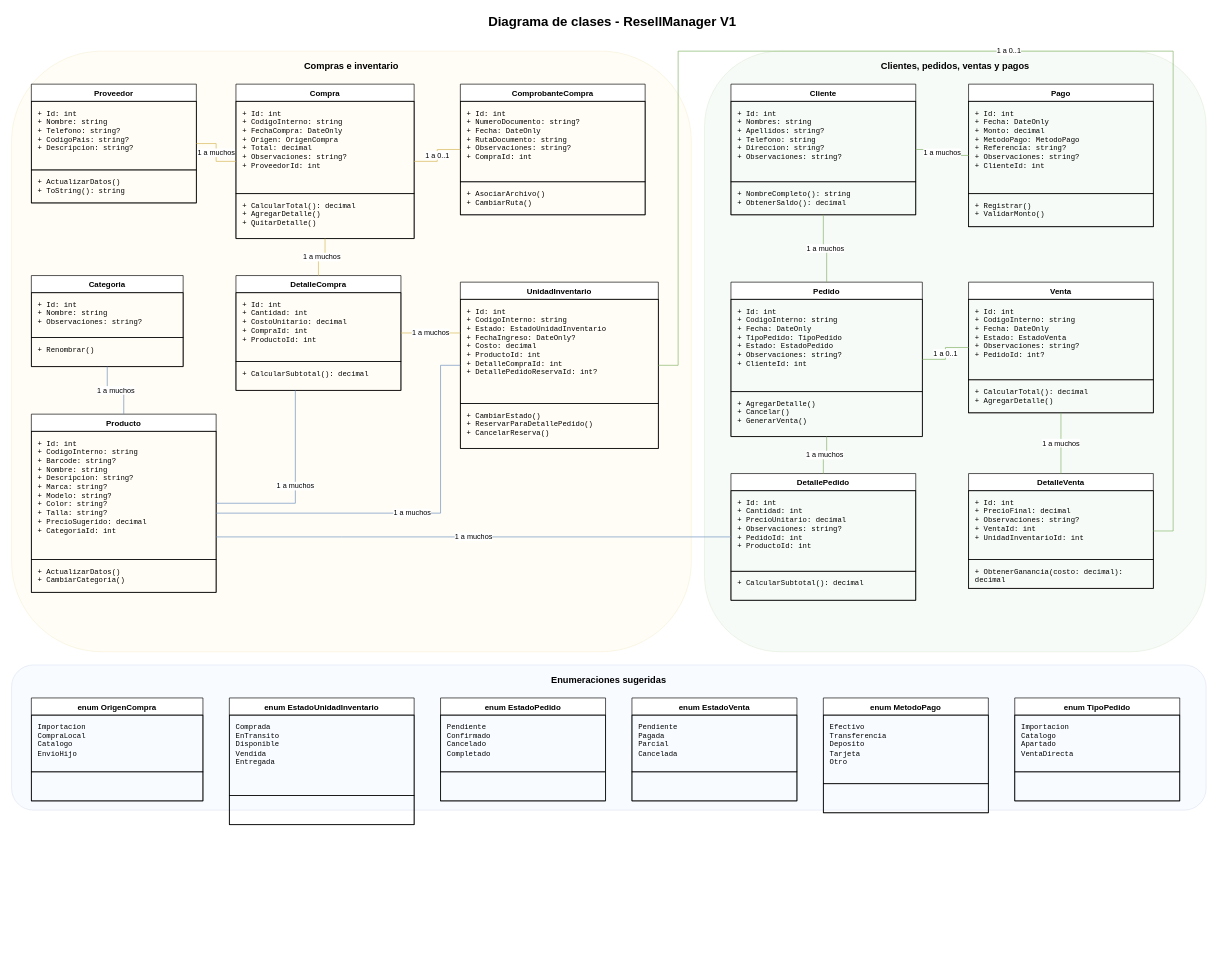
The draw.io diagram docs/diagrams/10_DiagramaDeClases.drawio in newton0608/ResellManager, before the edit. Source tidied: cells renumbered, new cells numbered last; positions are measured from the earlier drawing's top-left corner, leaving out a move shared by most shapes. Both pictures are drawn from the tidied source at 66%, with x=0, y=0 at pixel (11, 11).
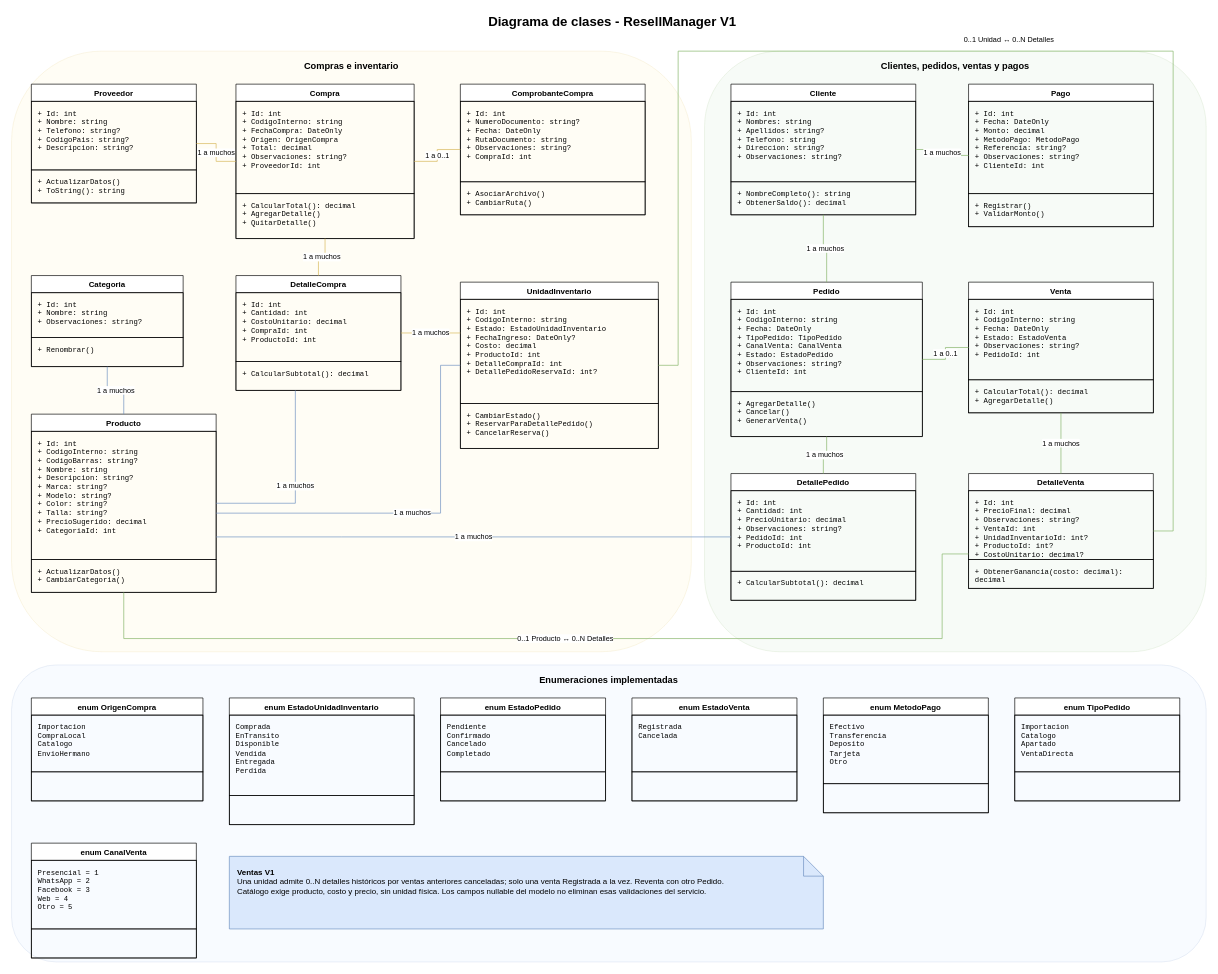
After the change.

Unchanged cells that the change refers to:
```xml
<mxCell id="21" value="Producto" style="swimlane;fontStyle=1;align=center;verticalAlign=top;horizontal=1;startSize=26;whiteSpace=wrap;html=1;" parent="1" vertex="1">
  <mxGeometry x="30" y="610" width="280" height="270" as="geometry" />
</mxCell>
<mxCell id="24" value="UnidadInventario" style="swimlane;fontStyle=1;align=center;verticalAlign=top;horizontal=1;startSize=26;whiteSpace=wrap;html=1;" parent="1" vertex="1">
  <mxGeometry x="680" y="410" width="300" height="252" as="geometry" />
</mxCell>
<mxCell id="33" value="Pedido" style="swimlane;fontStyle=1;align=center;verticalAlign=top;horizontal=1;startSize=26;whiteSpace=wrap;html=1;" parent="1" vertex="1">
  <mxGeometry x="1090" y="410" width="290" height="234" as="geometry" />
</mxCell>
<mxCell id="36" value="Venta" style="swimlane;fontStyle=1;align=center;verticalAlign=top;horizontal=1;startSize=26;whiteSpace=wrap;html=1;" parent="1" vertex="1">
  <mxGeometry x="1450" y="410" width="280" height="198" as="geometry" />
</mxCell>
<mxCell id="42" value="DetalleVenta" style="swimlane;fontStyle=1;align=center;verticalAlign=top;horizontal=1;startSize=26;whiteSpace=wrap;html=1;" parent="1" vertex="1">
  <mxGeometry x="1450" y="700" width="280" height="174" as="geometry" />
</mxCell>
<mxCell id="45" value="enum OrigenCompra" style="swimlane;fontStyle=1;align=center;verticalAlign=top;horizontal=1;startSize=26;whiteSpace=wrap;html=1;" parent="1" vertex="1">
  <mxGeometry x="30" y="1040" width="260" height="156" as="geometry" />
</mxCell>
<mxCell id="48" value="enum EstadoUnidadInventario" style="swimlane;fontStyle=1;align=center;verticalAlign=top;horizontal=1;startSize=26;whiteSpace=wrap;html=1;" parent="1" vertex="1">
  <mxGeometry x="330" y="1040" width="280" height="192" as="geometry" />
</mxCell>
<mxCell id="54" value="enum EstadoVenta" style="swimlane;fontStyle=1;align=center;verticalAlign=top;horizontal=1;startSize=26;whiteSpace=wrap;html=1;" parent="1" vertex="1">
  <mxGeometry x="940" y="1040" width="250" height="156" as="geometry" />
</mxCell>
```

What changed in the source:
```diff
@@
-    <mxCell id="5" value="Enumeraciones sugeridas" style="rounded=1;whiteSpace=wrap;html=1;fillColor=#dae8fc;strokeColor=#6c8ebf;fontStyle=1;fontSize=14;verticalAlign=top;spacingTop=8;opacity=20;fontFamily=Arial;" parent="1" vertex="1">
-      <mxGeometry y="990" width="1810" height="220" as="geometry" />
+    <mxCell id="5" value="Enumeraciones implementadas" style="rounded=1;whiteSpace=wrap;html=1;fillColor=#dae8fc;strokeColor=#6c8ebf;fontStyle=1;fontSize=14;verticalAlign=top;spacingTop=8;opacity=20;fontFamily=Arial;" parent="1" vertex="1">
+      <mxGeometry y="990" width="1810" height="450" as="geometry" />
     </mxCell>
@@
-    <mxCell id="22" value="+ Id: int&#10;+ CodigoInterno: string&#10;+ Barcode: string?&#10;+ Nombre: string&#10;+ Descripcion: string?&#10;+ Marca: string?&#10;+ Modelo: string?&#10;+ Color: string?&#10;+ Talla: string?&#10;+ PrecioSugerido: decimal&#10;+ CategoriaId: int" style="text;strokeColor=#000000;fillColor=none;align=left;verticalAlign=top;spacingLeft=8;spacingTop=6;whiteSpace=wrap;html=0;fontSize=11;fontFamily=Consolas;" parent="21" vertex="1">
+    <mxCell id="22" value="+ Id: int&#10;+ CodigoInterno: string&#10;+ CodigoBarras: string?&#10;+ Nombre: string&#10;+ Descripcion: string?&#10;+ Marca: string?&#10;+ Modelo: string?&#10;+ Color: string?&#10;+ Talla: string?&#10;+ PrecioSugerido: decimal&#10;+ CategoriaId: int" style="text;strokeColor=#000000;fillColor=none;align=left;verticalAlign=top;spacingLeft=8;spacingTop=6;whiteSpace=wrap;html=0;fontSize=11;fontFamily=Consolas;" parent="21" vertex="1">
       <mxGeometry y="26" width="280" height="194" as="geometry" />
     </mxCell>
@@
-    <mxCell id="34" value="+ Id: int&#10;+ CodigoInterno: string&#10;+ Fecha: DateOnly&#10;+ TipoPedido: TipoPedido&#10;+ Estado: EstadoPedido&#10;+ Observaciones: string?&#10;+ ClienteId: int" style="text;strokeColor=#000000;fillColor=none;align=left;verticalAlign=top;spacingLeft=8;spacingTop=6;whiteSpace=wrap;html=0;fontSize=11;fontFamily=Consolas;" parent="33" vertex="1">
+    <mxCell id="34" value="+ Id: int&#10;+ CodigoInterno: string&#10;+ Fecha: DateOnly&#10;+ TipoPedido: TipoPedido&#10;+ CanalVenta: CanalVenta&#10;+ Estado: EstadoPedido&#10;+ Observaciones: string?&#10;+ ClienteId: int" style="text;strokeColor=#000000;fillColor=none;align=left;verticalAlign=top;spacingLeft=8;spacingTop=6;whiteSpace=wrap;html=0;fontSize=11;fontFamily=Consolas;" parent="33" vertex="1">
       <mxGeometry y="26" width="290" height="140" as="geometry" />
     </mxCell>
@@
-    <mxCell id="37" value="+ Id: int&#10;+ CodigoInterno: string&#10;+ Fecha: DateOnly&#10;+ Estado: EstadoVenta&#10;+ Observaciones: string?&#10;+ PedidoId: int?" style="text;strokeColor=#000000;fillColor=none;align=left;verticalAlign=top;spacingLeft=8;spacingTop=6;whiteSpace=wrap;html=0;fontSize=11;fontFamily=Consolas;" parent="36" vertex="1">
+    <mxCell id="37" value="+ Id: int&#10;+ CodigoInterno: string&#10;+ Fecha: DateOnly&#10;+ Estado: EstadoVenta&#10;+ Observaciones: string?&#10;+ PedidoId: int" style="text;strokeColor=#000000;fillColor=none;align=left;verticalAlign=top;spacingLeft=8;spacingTop=6;whiteSpace=wrap;html=0;fontSize=11;fontFamily=Consolas;" parent="36" vertex="1">
       <mxGeometry y="26" width="280" height="122" as="geometry" />
     </mxCell>
@@
-    <mxCell id="43" value="+ Id: int&#10;+ PrecioFinal: decimal&#10;+ Observaciones: string?&#10;+ VentaId: int&#10;+ UnidadInventarioId: int" style="text;strokeColor=#000000;fillColor=none;align=left;verticalAlign=top;spacingLeft=8;spacingTop=6;whiteSpace=wrap;html=0;fontSize=11;fontFamily=Consolas;" parent="42" vertex="1">
+    <mxCell id="43" value="+ Id: int&#10;+ PrecioFinal: decimal&#10;+ Observaciones: string?&#10;+ VentaId: int&#10;+ UnidadInventarioId: int?&#10;+ ProductoId: int?&#10;+ CostoUnitario: decimal?" style="text;strokeColor=#000000;fillColor=none;align=left;verticalAlign=top;spacingLeft=8;spacingTop=6;whiteSpace=wrap;html=0;fontSize=11;fontFamily=Consolas;" parent="42" vertex="1">
       <mxGeometry y="26" width="280" height="104" as="geometry" />
     </mxCell>
@@
-    <mxCell id="46" value="Importacion&#10;CompraLocal&#10;Catalogo&#10;EnvioHijo" style="text;strokeColor=#000000;fillColor=none;align=left;verticalAlign=top;spacingLeft=8;spacingTop=6;whiteSpace=wrap;html=0;fontSize=11;fontFamily=Consolas;" parent="45" vertex="1">
+    <mxCell id="46" value="Importacion&#10;CompraLocal&#10;Catalogo&#10;EnvioHermano" style="text;strokeColor=#000000;fillColor=none;align=left;verticalAlign=top;spacingLeft=8;spacingTop=6;whiteSpace=wrap;html=0;fontSize=11;fontFamily=Consolas;" parent="45" vertex="1">
       <mxGeometry y="26" width="260" height="86" as="geometry" />
     </mxCell>
@@
-    <mxCell id="49" value="Comprada&#10;EnTransito&#10;Disponible&#10;Vendida&#10;Entregada" style="text;strokeColor=#000000;fillColor=none;align=left;verticalAlign=top;spacingLeft=8;spacingTop=6;whiteSpace=wrap;html=0;fontSize=11;fontFamily=Consolas;" parent="48" vertex="1">
+    <mxCell id="49" value="Comprada&#10;EnTransito&#10;Disponible&#10;Vendida&#10;Entregada&#10;Perdida" style="text;strokeColor=#000000;fillColor=none;align=left;verticalAlign=top;spacingLeft=8;spacingTop=6;whiteSpace=wrap;html=0;fontSize=11;fontFamily=Consolas;" parent="48" vertex="1">
       <mxGeometry y="26" width="280" height="122" as="geometry" />
     </mxCell>
@@
-    <mxCell id="55" value="Pendiente&#10;Pagada&#10;Parcial&#10;Cancelada" style="text;strokeColor=#000000;fillColor=none;align=left;verticalAlign=top;spacingLeft=8;spacingTop=6;whiteSpace=wrap;html=0;fontSize=11;fontFamily=Consolas;" parent="54" vertex="1">
+    <mxCell id="55" value="Registrada&#10;Cancelada" style="text;strokeColor=#000000;fillColor=none;align=left;verticalAlign=top;spacingLeft=8;spacingTop=6;whiteSpace=wrap;html=0;fontSize=11;fontFamily=Consolas;" parent="54" vertex="1">
       <mxGeometry y="26" width="250" height="86" as="geometry" />
     </mxCell>
@@
-    <mxCell id="76" value="1 a 0..1" style="edgeStyle=orthogonalEdgeStyle;rounded=0;jettySize=auto;html=1;strokeColor=#82b366;fontSize=11;fontFamily=Arial;endArrow=none;endFill=0;" parent="1" edge="1" source="24" target="42">
+    <mxCell id="76" value="0..1 Unidad ↔ 0..N Detalles" style="edgeStyle=orthogonalEdgeStyle;rounded=0;jettySize=auto;html=1;strokeColor=#82b366;fontSize=11;fontFamily=Arial;endArrow=none;endFill=0;" parent="1" edge="1" source="24" target="42">
       <mxGeometry relative="1" as="geometry">
         <Array as="points">
           <mxPoint x="1010" y="536" />
           <mxPoint x="1010" y="60" />
           <mxPoint x="1760" y="60" />
           <mxPoint x="1760" y="787" />
         </Array>
+        <mxPoint y="-18" as="offset" />
       </mxGeometry>
     </mxCell>
+    <mxCell id="77" value="enum CanalVenta" style="swimlane;fontStyle=1;align=center;verticalAlign=top;horizontal=1;startSize=26;whiteSpace=wrap;html=1;" parent="1" vertex="1">
+      <mxGeometry x="30" y="1260" width="250" height="174" as="geometry" />
+    </mxCell>
+    <mxCell id="78" value="Presencial = 1&#10;WhatsApp = 2&#10;Facebook = 3&#10;Web = 4&#10;Otro = 5" style="text;strokeColor=#000000;fillColor=none;align=left;verticalAlign=top;spacingLeft=8;spacingTop=6;whiteSpace=wrap;html=0;fontSize=11;fontFamily=Consolas;" parent="77" vertex="1">
+      <mxGeometry y="26" width="250" height="104" as="geometry" />
+    </mxCell>
+    <mxCell id="79" value=" " style="text;strokeColor=#000000;fillColor=none;align=left;verticalAlign=top;spacingLeft=8;spacingTop=6;whiteSpace=wrap;html=0;fontSize=11;fontFamily=Consolas;" parent="77" vertex="1">
+      <mxGeometry y="130" width="250" height="44" as="geometry" />
+    </mxCell>
+    <mxCell id="80" value="0..1 Producto ↔ 0..N Detalles" style="edgeStyle=orthogonalEdgeStyle;rounded=0;jettySize=auto;html=1;strokeColor=#82b366;fontSize=11;fontFamily=Arial;endArrow=none;endFill=0;exitX=0.5;exitY=1;entryX=0;entryY=0.7;" parent="1" edge="1" source="21" target="42">
+      <mxGeometry relative="1" as="geometry">
+        <Array as="points">
+          <mxPoint x="170" y="950" />
+          <mxPoint x="1410" y="950" />
+          <mxPoint x="1410" y="821.8" />
+        </Array>
+      </mxGeometry>
+    </mxCell>
+    <mxCell id="81" value="&lt;b&gt;Ventas V1&lt;/b&gt;&lt;br&gt;Una unidad admite 0..N detalles históricos por ventas anteriores canceladas; solo una venta Registrada a la vez. Reventa con otro Pedido.&lt;br&gt;Catálogo exige producto, costo y precio, sin unidad física. Los campos nullable del modelo no eliminan esas validaciones del servicio." style="shape=note;whiteSpace=wrap;html=1;fillColor=#dae8fc;strokeColor=#6c8ebf;fontSize=12;fontFamily=Arial;align=left;verticalAlign=top;spacingLeft=10;spacingTop=10;" parent="1" vertex="1">
+      <mxGeometry x="330" y="1280" width="900" height="110" as="geometry" />
+    </mxCell>
```
